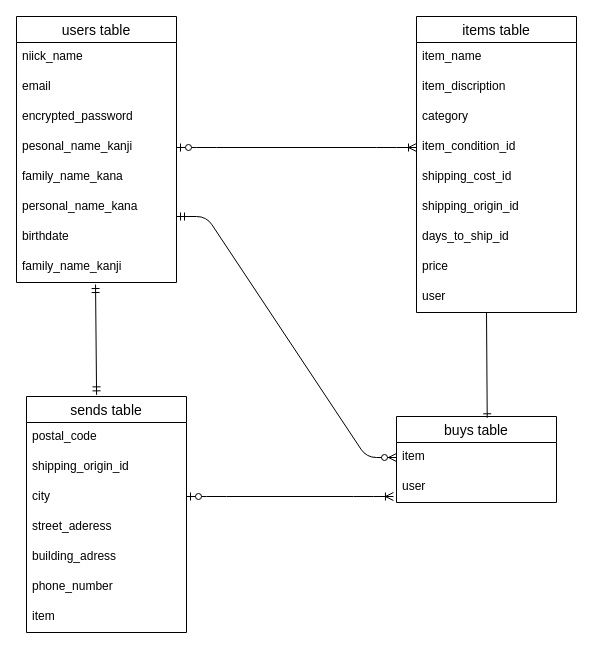
This is furima.dio from jony884/furima-39676, a draw.io file, before an edit. Source tidied: cells renumbered, new cells numbered last; positions are measured from the earlier drawing's top-left corner, leaving out a move shared by most shapes. Both pictures are drawn from the tidied source at 100%, with x=0, y=0 at pixel (16, 16).
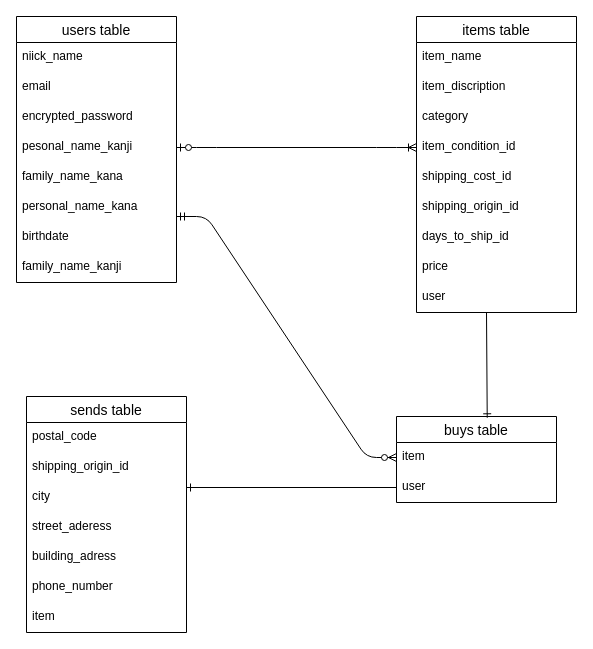
Above is the later version.

The change refers to these unchanged cells:
```xml
<mxCell id="10" value="family_name_kanji&#10;" style="text;strokeColor=none;fillColor=none;spacingLeft=4;spacingRight=4;overflow=hidden;points=[[0,0.5],[1,0.5]];portConstraint=eastwest;fontSize=12;" parent="2" vertex="1">
  <mxGeometry y="236" width="160" height="30" as="geometry" />
</mxCell>
<mxCell id="23" value="user" style="text;strokeColor=none;fillColor=none;spacingLeft=4;spacingRight=4;overflow=hidden;points=[[0,0.5],[1,0.5]];portConstraint=eastwest;fontSize=12;" parent="21" vertex="1">
  <mxGeometry y="56" width="160" height="30" as="geometry" />
</mxCell>
<mxCell id="25" value="sends table" style="swimlane;fontStyle=0;horizontal=1;startSize=26;align=center;fontSize=14;" parent="1" vertex="1">
  <mxGeometry x="10" y="380" width="160" height="236" as="geometry" />
</mxCell>
```

Diff of the diagram source:
```diff
@@
-    <mxCell id="33" style="fontSize=12;html=1;endArrow=ERmandOne;startArrow=ERmandOne;entryX=0.438;entryY=-0.007;entryDx=0;entryDy=0;entryPerimeter=0;exitX=0.494;exitY=1.067;exitDx=0;exitDy=0;exitPerimeter=0;" parent="1" edge="1" source="10" target="25">
-      <mxGeometry relative="1" as="geometry" />
-    </mxCell>
@@
-    <mxCell id="36" style="edgeStyle=entityRelationEdgeStyle;fontSize=12;html=1;endArrow=ERoneToMany;startArrow=ERzeroToOne;entryX=-0.019;entryY=0.8;entryDx=0;entryDy=0;entryPerimeter=0;" parent="1" edge="1" target="23">
-      <mxGeometry relative="1" as="geometry">
-        <mxPoint x="170" y="480" as="sourcePoint" />
-      </mxGeometry>
-    </mxCell>
+    <mxCell id="37" style="fontSize=12;html=1;endArrow=ERone;endFill=1;exitX=0;exitY=0.5;exitDx=0;exitDy=0;" parent="1" edge="1" source="23">
+      <mxGeometry relative="1" as="geometry">
+        <mxPoint x="170" y="471" as="targetPoint" />
+      </mxGeometry>
+    </mxCell>
```
